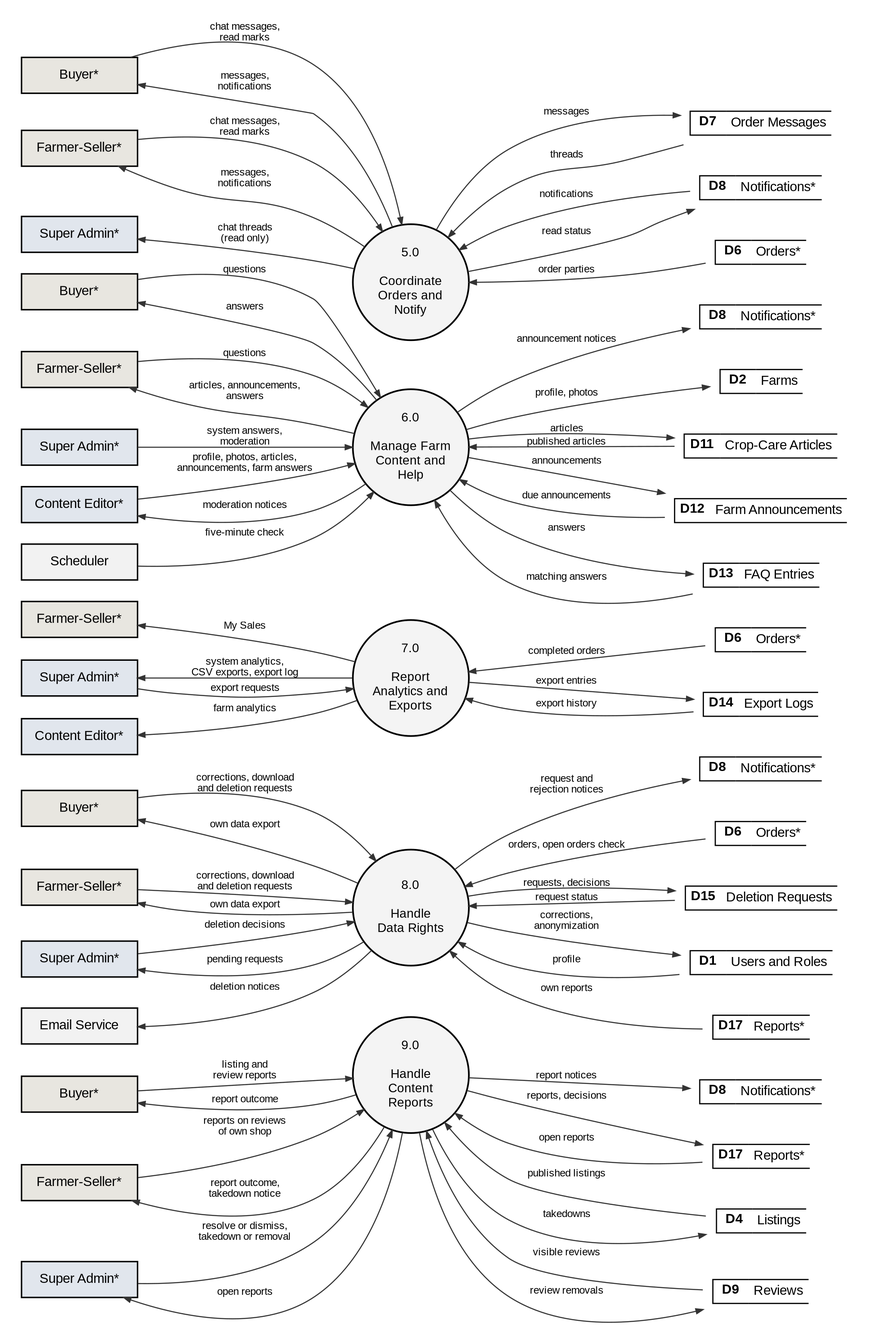
This is docs/manuscript/figures/fig6_1b_dfd_level1.png from shawncastaneda11-commits/anihow-backend, a Graphviz export, as it was before one commit. Its source is kept beside it as docs/manuscript/figures/src/fig6_1b_dfd_level1.dot.
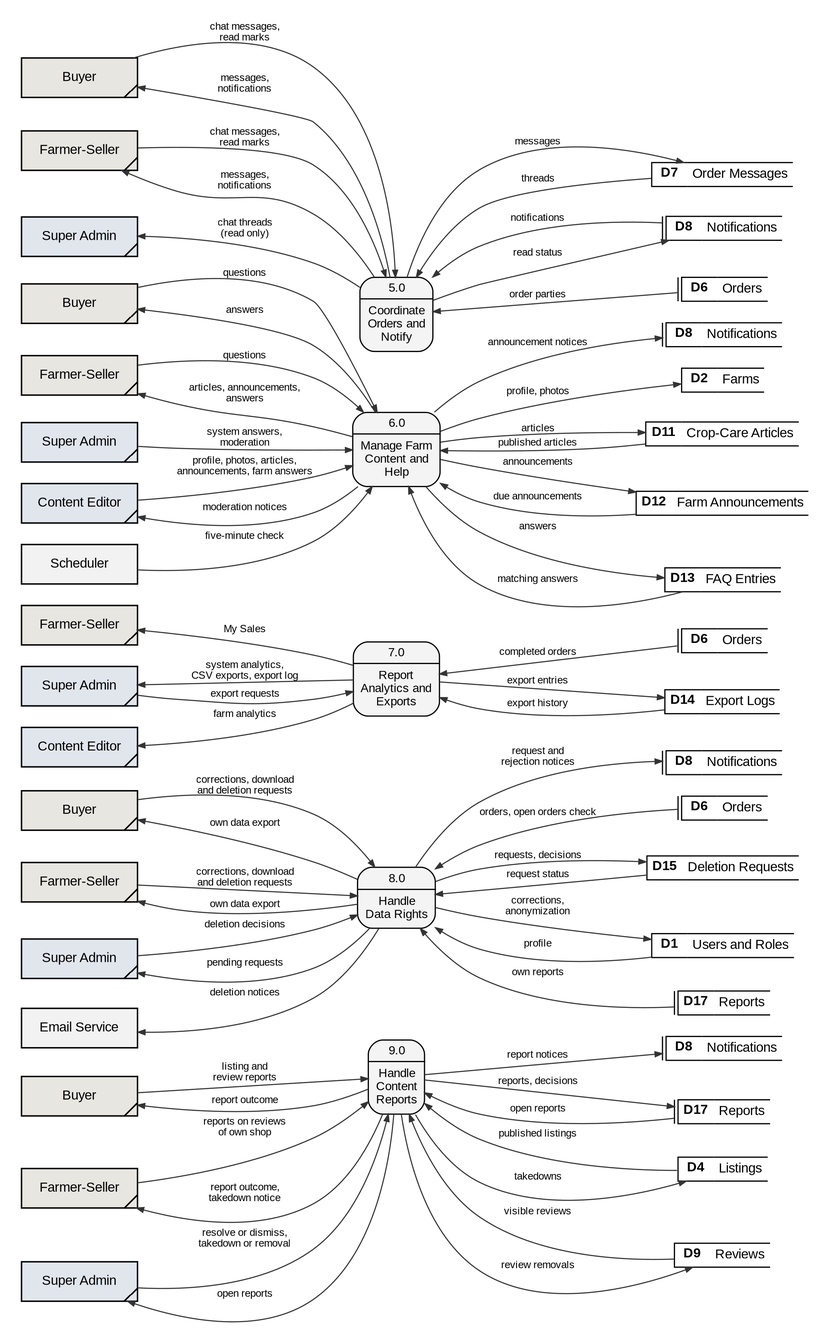
After the change.

Diff of the diagram source:
```diff
@@ -2,48 +2,48 @@
   graph [rankdir=LR, nodesep=0.25, ranksep=0.9, pad=0.25, fontname="Liberation Sans", newrank=true];
   node  [fontname="Liberation Sans", fontsize=11];
   edge  [penwidth=0.9, arrowsize=0.6, color="#333333", fontname="Liberation Sans", fontsize=8.5];
-  p5 [shape=circle, style=filled, fillcolor="#F4F4F4", penwidth=1.4, fixedsize=true, width=1.35, fontsize=10.5, label="5.0\n\nCoordinate\nOrders and\nNotify"];
-  by_p5 [shape=box, style=filled, fillcolor="#E8E6E0", penwidth=1.2, width=1.35, height=0.42, label="Buyer*"];
-  fs_p5 [shape=box, style=filled, fillcolor="#E8E6E0", penwidth=1.2, width=1.35, height=0.42, label="Farmer-Seller*"];
-  sa_p5 [shape=box, style=filled, fillcolor="#E1E6ED", penwidth=1.2, width=1.35, height=0.42, label="Super Admin*"];
-  D7_p5 [shape=plaintext, label=<<TABLE BORDER="0" CELLBORDER="1" CELLSPACING="0" CELLPADDING="3"><TR><TD SIDES="TBL" WIDTH="30"><B>D7</B></TD><TD SIDES="TB" ALIGN="LEFT">Order Messages</TD></TR></TABLE>>];
-  D8_p5 [shape=plaintext, label=<<TABLE BORDER="0" CELLBORDER="1" CELLSPACING="0" CELLPADDING="3"><TR><TD SIDES="TBL" WIDTH="30"><B>D8</B></TD><TD SIDES="TB" ALIGN="LEFT">Notifications*</TD></TR></TABLE>>];
-  D6_p5 [shape=plaintext, label=<<TABLE BORDER="0" CELLBORDER="1" CELLSPACING="0" CELLPADDING="3"><TR><TD SIDES="TBL" WIDTH="30"><B>D6</B></TD><TD SIDES="TB" ALIGN="LEFT">Orders*</TD></TR></TABLE>>];
-  p6 [shape=circle, style=filled, fillcolor="#F4F4F4", penwidth=1.4, fixedsize=true, width=1.35, fontsize=10.5, label="6.0\n\nManage Farm\nContent and\nHelp"];
-  by_p6 [shape=box, style=filled, fillcolor="#E8E6E0", penwidth=1.2, width=1.35, height=0.42, label="Buyer*"];
-  fs_p6 [shape=box, style=filled, fillcolor="#E8E6E0", penwidth=1.2, width=1.35, height=0.42, label="Farmer-Seller*"];
-  sa_p6 [shape=box, style=filled, fillcolor="#E1E6ED", penwidth=1.2, width=1.35, height=0.42, label="Super Admin*"];
-  D8_p6 [shape=plaintext, label=<<TABLE BORDER="0" CELLBORDER="1" CELLSPACING="0" CELLPADDING="3"><TR><TD SIDES="TBL" WIDTH="30"><B>D8</B></TD><TD SIDES="TB" ALIGN="LEFT">Notifications*</TD></TR></TABLE>>];
-  ce_p6 [shape=box, style=filled, fillcolor="#E1E6ED", penwidth=1.2, width=1.35, height=0.42, label="Content Editor*"];
-  sch_p6 [shape=box, style=filled, fillcolor="#F2F2F2", penwidth=1.2, width=1.35, height=0.42, label="Scheduler"];
-  D2_p6 [shape=plaintext, label=<<TABLE BORDER="0" CELLBORDER="1" CELLSPACING="0" CELLPADDING="3"><TR><TD SIDES="TBL" WIDTH="30"><B>D2</B></TD><TD SIDES="TB" ALIGN="LEFT">Farms</TD></TR></TABLE>>];
-  D11_p6 [shape=plaintext, label=<<TABLE BORDER="0" CELLBORDER="1" CELLSPACING="0" CELLPADDING="3"><TR><TD SIDES="TBL" WIDTH="30"><B>D11</B></TD><TD SIDES="TB" ALIGN="LEFT">Crop-Care Articles</TD></TR></TABLE>>];
-  D12_p6 [shape=plaintext, label=<<TABLE BORDER="0" CELLBORDER="1" CELLSPACING="0" CELLPADDING="3"><TR><TD SIDES="TBL" WIDTH="30"><B>D12</B></TD><TD SIDES="TB" ALIGN="LEFT">Farm Announcements</TD></TR></TABLE>>];
-  D13_p6 [shape=plaintext, label=<<TABLE BORDER="0" CELLBORDER="1" CELLSPACING="0" CELLPADDING="3"><TR><TD SIDES="TBL" WIDTH="30"><B>D13</B></TD><TD SIDES="TB" ALIGN="LEFT">FAQ Entries</TD></TR></TABLE>>];
-  p7 [shape=circle, style=filled, fillcolor="#F4F4F4", penwidth=1.4, fixedsize=true, width=1.35, fontsize=10.5, label="7.0\n\nReport\nAnalytics and\nExports"];
-  fs_p7 [shape=box, style=filled, fillcolor="#E8E6E0", penwidth=1.2, width=1.35, height=0.42, label="Farmer-Seller*"];
-  sa_p7 [shape=box, style=filled, fillcolor="#E1E6ED", penwidth=1.2, width=1.35, height=0.42, label="Super Admin*"];
-  D6_p7 [shape=plaintext, label=<<TABLE BORDER="0" CELLBORDER="1" CELLSPACING="0" CELLPADDING="3"><TR><TD SIDES="TBL" WIDTH="30"><B>D6</B></TD><TD SIDES="TB" ALIGN="LEFT">Orders*</TD></TR></TABLE>>];
-  ce_p7 [shape=box, style=filled, fillcolor="#E1E6ED", penwidth=1.2, width=1.35, height=0.42, label="Content Editor*"];
-  D14_p7 [shape=plaintext, label=<<TABLE BORDER="0" CELLBORDER="1" CELLSPACING="0" CELLPADDING="3"><TR><TD SIDES="TBL" WIDTH="30"><B>D14</B></TD><TD SIDES="TB" ALIGN="LEFT">Export Logs</TD></TR></TABLE>>];
-  p8 [shape=circle, style=filled, fillcolor="#F4F4F4", penwidth=1.4, fixedsize=true, width=1.35, fontsize=10.5, label="8.0\n\nHandle\nData Rights"];
-  by_p8 [shape=box, style=filled, fillcolor="#E8E6E0", penwidth=1.2, width=1.35, height=0.42, label="Buyer*"];
-  fs_p8 [shape=box, style=filled, fillcolor="#E8E6E0", penwidth=1.2, width=1.35, height=0.42, label="Farmer-Seller*"];
-  sa_p8 [shape=box, style=filled, fillcolor="#E1E6ED", penwidth=1.2, width=1.35, height=0.42, label="Super Admin*"];
-  D8_p8 [shape=plaintext, label=<<TABLE BORDER="0" CELLBORDER="1" CELLSPACING="0" CELLPADDING="3"><TR><TD SIDES="TBL" WIDTH="30"><B>D8</B></TD><TD SIDES="TB" ALIGN="LEFT">Notifications*</TD></TR></TABLE>>];
-  D6_p8 [shape=plaintext, label=<<TABLE BORDER="0" CELLBORDER="1" CELLSPACING="0" CELLPADDING="3"><TR><TD SIDES="TBL" WIDTH="30"><B>D6</B></TD><TD SIDES="TB" ALIGN="LEFT">Orders*</TD></TR></TABLE>>];
-  D15_p8 [shape=plaintext, label=<<TABLE BORDER="0" CELLBORDER="1" CELLSPACING="0" CELLPADDING="3"><TR><TD SIDES="TBL" WIDTH="30"><B>D15</B></TD><TD SIDES="TB" ALIGN="LEFT">Deletion Requests</TD></TR></TABLE>>];
-  D1_p8 [shape=plaintext, label=<<TABLE BORDER="0" CELLBORDER="1" CELLSPACING="0" CELLPADDING="3"><TR><TD SIDES="TBL" WIDTH="30"><B>D1</B></TD><TD SIDES="TB" ALIGN="LEFT">Users and Roles</TD></TR></TABLE>>];
-  D17_p8 [shape=plaintext, label=<<TABLE BORDER="0" CELLBORDER="1" CELLSPACING="0" CELLPADDING="3"><TR><TD SIDES="TBL" WIDTH="30"><B>D17</B></TD><TD SIDES="TB" ALIGN="LEFT">Reports*</TD></TR></TABLE>>];
-  em_p8 [shape=box, style=filled, fillcolor="#F2F2F2", penwidth=1.2, width=1.35, height=0.42, label="Email Service"];
-  p9 [shape=circle, style=filled, fillcolor="#F4F4F4", penwidth=1.4, fixedsize=true, width=1.35, fontsize=10.5, label="9.0\n\nHandle\nContent\nReports"];
-  by_p9 [shape=box, style=filled, fillcolor="#E8E6E0", penwidth=1.2, width=1.35, height=0.42, label="Buyer*"];
-  fs_p9 [shape=box, style=filled, fillcolor="#E8E6E0", penwidth=1.2, width=1.35, height=0.42, label="Farmer-Seller*"];
-  sa_p9 [shape=box, style=filled, fillcolor="#E1E6ED", penwidth=1.2, width=1.35, height=0.42, label="Super Admin*"];
-  D8_p9 [shape=plaintext, label=<<TABLE BORDER="0" CELLBORDER="1" CELLSPACING="0" CELLPADDING="3"><TR><TD SIDES="TBL" WIDTH="30"><B>D8</B></TD><TD SIDES="TB" ALIGN="LEFT">Notifications*</TD></TR></TABLE>>];
-  D17_p9 [shape=plaintext, label=<<TABLE BORDER="0" CELLBORDER="1" CELLSPACING="0" CELLPADDING="3"><TR><TD SIDES="TBL" WIDTH="30"><B>D17</B></TD><TD SIDES="TB" ALIGN="LEFT">Reports*</TD></TR></TABLE>>];
-  D4_p9 [shape=plaintext, label=<<TABLE BORDER="0" CELLBORDER="1" CELLSPACING="0" CELLPADDING="3"><TR><TD SIDES="TBL" WIDTH="30"><B>D4</B></TD><TD SIDES="TB" ALIGN="LEFT">Listings</TD></TR></TABLE>>];
-  D9_p9 [shape=plaintext, label=<<TABLE BORDER="0" CELLBORDER="1" CELLSPACING="0" CELLPADDING="3"><TR><TD SIDES="TBL" WIDTH="30"><B>D9</B></TD><TD SIDES="TB" ALIGN="LEFT">Reviews</TD></TR></TABLE>>];
+  p5 [shape=plaintext, margin=0, width=0, height=0, label=<<TABLE STYLE="ROUNDED" BORDER="1" CELLBORDER="0" CELLSPACING="0" CELLPADDING="3" BGCOLOR="#F4F4F4"><TR><TD><FONT POINT-SIZE="10.5">5.0</FONT></TD></TR><HR/><TR><TD CELLPADDING="5"><FONT POINT-SIZE="10.5">Coordinate<BR/>Orders and<BR/>Notify</FONT></TD></TR></TABLE>>];
+  by_p5 [shape=box, style=filled, fillcolor="#E8E6E0", penwidth=1.2, width=1.35, height=0.46, label="Buyer", comment="gsdup"];
+  fs_p5 [shape=box, style=filled, fillcolor="#E8E6E0", penwidth=1.2, width=1.35, height=0.46, label="Farmer-Seller", comment="gsdup"];
+  sa_p5 [shape=box, style=filled, fillcolor="#E1E6ED", penwidth=1.2, width=1.35, height=0.46, label="Super Admin", comment="gsdup"];
+  D7_p5 [shape=plaintext, margin=0, width=0, height=0, label=<<TABLE BORDER="0" CELLBORDER="1" CELLSPACING="0" CELLPADDING="3"><TR><TD SIDES="TBL" WIDTH="30"><B>D7</B></TD><TD SIDES="TB" ALIGN="LEFT">Order Messages</TD></TR></TABLE>>];
+  D8_p5 [shape=plaintext, margin=0, width=0, height=0, label=<<TABLE BORDER="0" CELLBORDER="1" CELLSPACING="0" CELLPADDING="3"><TR><TD SIDES="L" WIDTH="3" CELLPADDING="0"></TD><TD SIDES="TBL" WIDTH="30"><B>D8</B></TD><TD SIDES="TB" ALIGN="LEFT">Notifications</TD></TR></TABLE>>];
+  D6_p5 [shape=plaintext, margin=0, width=0, height=0, label=<<TABLE BORDER="0" CELLBORDER="1" CELLSPACING="0" CELLPADDING="3"><TR><TD SIDES="L" WIDTH="3" CELLPADDING="0"></TD><TD SIDES="TBL" WIDTH="30"><B>D6</B></TD><TD SIDES="TB" ALIGN="LEFT">Orders</TD></TR></TABLE>>];
+  p6 [shape=plaintext, margin=0, width=0, height=0, label=<<TABLE STYLE="ROUNDED" BORDER="1" CELLBORDER="0" CELLSPACING="0" CELLPADDING="3" BGCOLOR="#F4F4F4"><TR><TD><FONT POINT-SIZE="10.5">6.0</FONT></TD></TR><HR/><TR><TD CELLPADDING="5"><FONT POINT-SIZE="10.5">Manage Farm<BR/>Content and<BR/>Help</FONT></TD></TR></TABLE>>];
+  by_p6 [shape=box, style=filled, fillcolor="#E8E6E0", penwidth=1.2, width=1.35, height=0.46, label="Buyer", comment="gsdup"];
+  fs_p6 [shape=box, style=filled, fillcolor="#E8E6E0", penwidth=1.2, width=1.35, height=0.46, label="Farmer-Seller", comment="gsdup"];
+  sa_p6 [shape=box, style=filled, fillcolor="#E1E6ED", penwidth=1.2, width=1.35, height=0.46, label="Super Admin", comment="gsdup"];
+  D8_p6 [shape=plaintext, margin=0, width=0, height=0, label=<<TABLE BORDER="0" CELLBORDER="1" CELLSPACING="0" CELLPADDING="3"><TR><TD SIDES="L" WIDTH="3" CELLPADDING="0"></TD><TD SIDES="TBL" WIDTH="30"><B>D8</B></TD><TD SIDES="TB" ALIGN="LEFT">Notifications</TD></TR></TABLE>>];
+  ce_p6 [shape=box, style=filled, fillcolor="#E1E6ED", penwidth=1.2, width=1.35, height=0.46, label="Content Editor", comment="gsdup"];
+  sch_p6 [shape=box, style=filled, fillcolor="#F2F2F2", penwidth=1.2, width=1.35, height=0.46, label="Scheduler"];
+  D2_p6 [shape=plaintext, margin=0, width=0, height=0, label=<<TABLE BORDER="0" CELLBORDER="1" CELLSPACING="0" CELLPADDING="3"><TR><TD SIDES="TBL" WIDTH="30"><B>D2</B></TD><TD SIDES="TB" ALIGN="LEFT">Farms</TD></TR></TABLE>>];
+  D11_p6 [shape=plaintext, margin=0, width=0, height=0, label=<<TABLE BORDER="0" CELLBORDER="1" CELLSPACING="0" CELLPADDING="3"><TR><TD SIDES="TBL" WIDTH="30"><B>D11</B></TD><TD SIDES="TB" ALIGN="LEFT">Crop-Care Articles</TD></TR></TABLE>>];
+  D12_p6 [shape=plaintext, margin=0, width=0, height=0, label=<<TABLE BORDER="0" CELLBORDER="1" CELLSPACING="0" CELLPADDING="3"><TR><TD SIDES="TBL" WIDTH="30"><B>D12</B></TD><TD SIDES="TB" ALIGN="LEFT">Farm Announcements</TD></TR></TABLE>>];
+  D13_p6 [shape=plaintext, margin=0, width=0, height=0, label=<<TABLE BORDER="0" CELLBORDER="1" CELLSPACING="0" CELLPADDING="3"><TR><TD SIDES="TBL" WIDTH="30"><B>D13</B></TD><TD SIDES="TB" ALIGN="LEFT">FAQ Entries</TD></TR></TABLE>>];
+  p7 [shape=plaintext, margin=0, width=0, height=0, label=<<TABLE STYLE="ROUNDED" BORDER="1" CELLBORDER="0" CELLSPACING="0" CELLPADDING="3" BGCOLOR="#F4F4F4"><TR><TD><FONT POINT-SIZE="10.5">7.0</FONT></TD></TR><HR/><TR><TD CELLPADDING="5"><FONT POINT-SIZE="10.5">Report<BR/>Analytics and<BR/>Exports</FONT></TD></TR></TABLE>>];
+  fs_p7 [shape=box, style=filled, fillcolor="#E8E6E0", penwidth=1.2, width=1.35, height=0.46, label="Farmer-Seller", comment="gsdup"];
+  sa_p7 [shape=box, style=filled, fillcolor="#E1E6ED", penwidth=1.2, width=1.35, height=0.46, label="Super Admin", comment="gsdup"];
+  D6_p7 [shape=plaintext, margin=0, width=0, height=0, label=<<TABLE BORDER="0" CELLBORDER="1" CELLSPACING="0" CELLPADDING="3"><TR><TD SIDES="L" WIDTH="3" CELLPADDING="0"></TD><TD SIDES="TBL" WIDTH="30"><B>D6</B></TD><TD SIDES="TB" ALIGN="LEFT">Orders</TD></TR></TABLE>>];
+  ce_p7 [shape=box, style=filled, fillcolor="#E1E6ED", penwidth=1.2, width=1.35, height=0.46, label="Content Editor", comment="gsdup"];
+  D14_p7 [shape=plaintext, margin=0, width=0, height=0, label=<<TABLE BORDER="0" CELLBORDER="1" CELLSPACING="0" CELLPADDING="3"><TR><TD SIDES="TBL" WIDTH="30"><B>D14</B></TD><TD SIDES="TB" ALIGN="LEFT">Export Logs</TD></TR></TABLE>>];
+  p8 [shape=plaintext, margin=0, width=0, height=0, label=<<TABLE STYLE="ROUNDED" BORDER="1" CELLBORDER="0" CELLSPACING="0" CELLPADDING="3" BGCOLOR="#F4F4F4"><TR><TD><FONT POINT-SIZE="10.5">8.0</FONT></TD></TR><HR/><TR><TD CELLPADDING="5"><FONT POINT-SIZE="10.5">Handle<BR/>Data Rights</FONT></TD></TR></TABLE>>];
+  by_p8 [shape=box, style=filled, fillcolor="#E8E6E0", penwidth=1.2, width=1.35, height=0.46, label="Buyer", comment="gsdup"];
+  fs_p8 [shape=box, style=filled, fillcolor="#E8E6E0", penwidth=1.2, width=1.35, height=0.46, label="Farmer-Seller", comment="gsdup"];
+  sa_p8 [shape=box, style=filled, fillcolor="#E1E6ED", penwidth=1.2, width=1.35, height=0.46, label="Super Admin", comment="gsdup"];
+  D8_p8 [shape=plaintext, margin=0, width=0, height=0, label=<<TABLE BORDER="0" CELLBORDER="1" CELLSPACING="0" CELLPADDING="3"><TR><TD SIDES="L" WIDTH="3" CELLPADDING="0"></TD><TD SIDES="TBL" WIDTH="30"><B>D8</B></TD><TD SIDES="TB" ALIGN="LEFT">Notifications</TD></TR></TABLE>>];
+  D6_p8 [shape=plaintext, margin=0, width=0, height=0, label=<<TABLE BORDER="0" CELLBORDER="1" CELLSPACING="0" CELLPADDING="3"><TR><TD SIDES="L" WIDTH="3" CELLPADDING="0"></TD><TD SIDES="TBL" WIDTH="30"><B>D6</B></TD><TD SIDES="TB" ALIGN="LEFT">Orders</TD></TR></TABLE>>];
+  D15_p8 [shape=plaintext, margin=0, width=0, height=0, label=<<TABLE BORDER="0" CELLBORDER="1" CELLSPACING="0" CELLPADDING="3"><TR><TD SIDES="TBL" WIDTH="30"><B>D15</B></TD><TD SIDES="TB" ALIGN="LEFT">Deletion Requests</TD></TR></TABLE>>];
+  D1_p8 [shape=plaintext, margin=0, width=0, height=0, label=<<TABLE BORDER="0" CELLBORDER="1" CELLSPACING="0" CELLPADDING="3"><TR><TD SIDES="TBL" WIDTH="30"><B>D1</B></TD><TD SIDES="TB" ALIGN="LEFT">Users and Roles</TD></TR></TABLE>>];
+  D17_p8 [shape=plaintext, margin=0, width=0, height=0, label=<<TABLE BORDER="0" CELLBORDER="1" CELLSPACING="0" CELLPADDING="3"><TR><TD SIDES="L" WIDTH="3" CELLPADDING="0"></TD><TD SIDES="TBL" WIDTH="30"><B>D17</B></TD><TD SIDES="TB" ALIGN="LEFT">Reports</TD></TR></TABLE>>];
+  em_p8 [shape=box, style=filled, fillcolor="#F2F2F2", penwidth=1.2, width=1.35, height=0.46, label="Email Service"];
+  p9 [shape=plaintext, margin=0, width=0, height=0, label=<<TABLE STYLE="ROUNDED" BORDER="1" CELLBORDER="0" CELLSPACING="0" CELLPADDING="3" BGCOLOR="#F4F4F4"><TR><TD><FONT POINT-SIZE="10.5">9.0</FONT></TD></TR><HR/><TR><TD CELLPADDING="5"><FONT POINT-SIZE="10.5">Handle<BR/>Content<BR/>Reports</FONT></TD></TR></TABLE>>];
+  by_p9 [shape=box, style=filled, fillcolor="#E8E6E0", penwidth=1.2, width=1.35, height=0.46, label="Buyer", comment="gsdup"];
+  fs_p9 [shape=box, style=filled, fillcolor="#E8E6E0", penwidth=1.2, width=1.35, height=0.46, label="Farmer-Seller", comment="gsdup"];
+  sa_p9 [shape=box, style=filled, fillcolor="#E1E6ED", penwidth=1.2, width=1.35, height=0.46, label="Super Admin", comment="gsdup"];
+  D8_p9 [shape=plaintext, margin=0, width=0, height=0, label=<<TABLE BORDER="0" CELLBORDER="1" CELLSPACING="0" CELLPADDING="3"><TR><TD SIDES="L" WIDTH="3" CELLPADDING="0"></TD><TD SIDES="TBL" WIDTH="30"><B>D8</B></TD><TD SIDES="TB" ALIGN="LEFT">Notifications</TD></TR></TABLE>>];
+  D17_p9 [shape=plaintext, margin=0, width=0, height=0, label=<<TABLE BORDER="0" CELLBORDER="1" CELLSPACING="0" CELLPADDING="3"><TR><TD SIDES="L" WIDTH="3" CELLPADDING="0"></TD><TD SIDES="TBL" WIDTH="30"><B>D17</B></TD><TD SIDES="TB" ALIGN="LEFT">Reports</TD></TR></TABLE>>];
+  D4_p9 [shape=plaintext, margin=0, width=0, height=0, label=<<TABLE BORDER="0" CELLBORDER="1" CELLSPACING="0" CELLPADDING="3"><TR><TD SIDES="TBL" WIDTH="30"><B>D4</B></TD><TD SIDES="TB" ALIGN="LEFT">Listings</TD></TR></TABLE>>];
+  D9_p9 [shape=plaintext, margin=0, width=0, height=0, label=<<TABLE BORDER="0" CELLBORDER="1" CELLSPACING="0" CELLPADDING="3"><TR><TD SIDES="TBL" WIDTH="30"><B>D9</B></TD><TD SIDES="TB" ALIGN="LEFT">Reviews</TD></TR></TABLE>>];
   by_p5 -> p5 [label="chat messages,\nread marks"];
   fs_p5 -> p5 [label="chat messages,\nread marks"];
   by_p5 -> p5 [label="messages,\nnotifications", dir=back];
```
